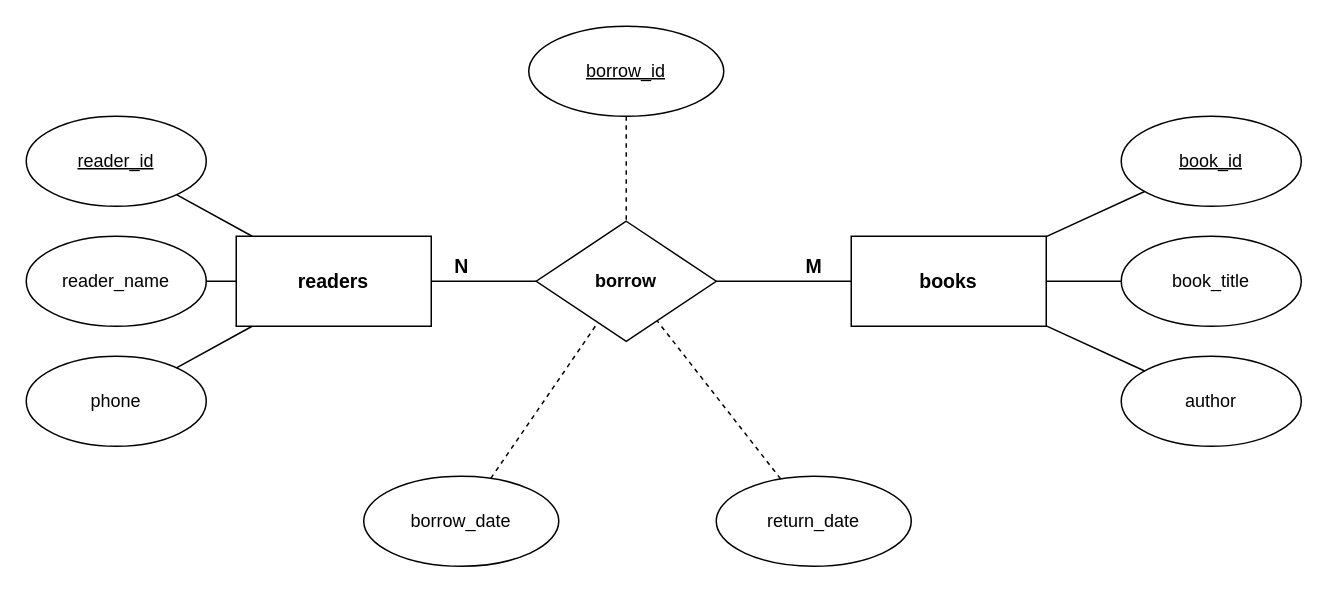
The draw.io diagram Session03/exercise03.drawio in vung177/TSU260202_Module02, before the edit. Source tidied: cells renumbered, new cells numbered last; positions are measured from the earlier drawing's top-left corner, leaving out a move shared by most shapes. Both pictures are drawn from the tidied source at 150%, with x=0, y=0 at pixel (26, 26).
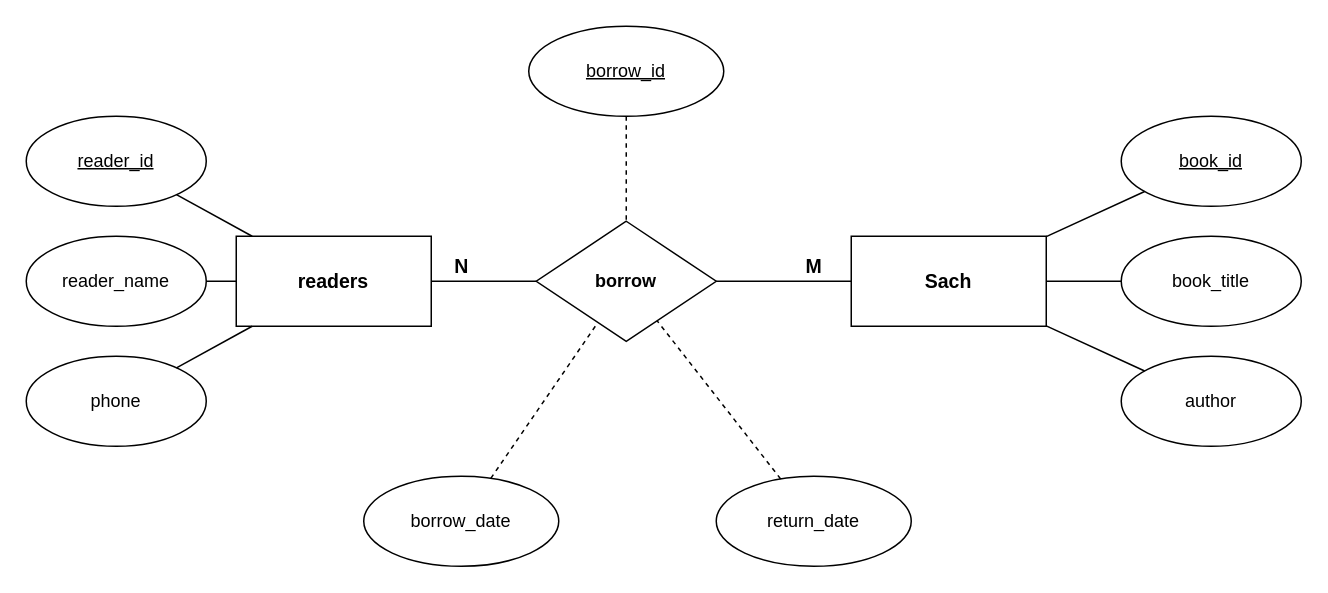
The same page after the edit.

Commit message (it also covers changes not shown here):
update exercise03 and exercise04 drawio to black/white style

Change to the diagram source:
```diff
@@
-    <mxCell id="12" value="books" style="rounded=0;whiteSpace=wrap;html=1;fontStyle=1;fontSize=13;" parent="1" vertex="1">
+    <mxCell id="12" value="Sach" style="rounded=0;whiteSpace=wrap;html=1;fontStyle=1;fontSize=13;" parent="1" vertex="1">
       <mxGeometry x="550" y="140" width="130" height="60" as="geometry" />
     </mxCell>
```
